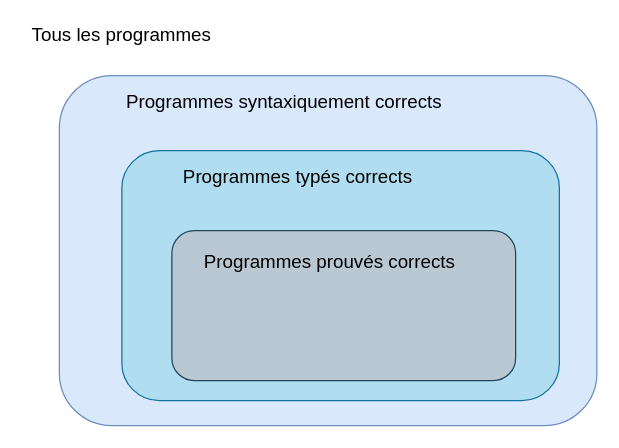
The draw.io diagram prog/prog/images/verification.drawio in diu-uf-bordeaux/bloc1, before the edit. Source tidied: cells renumbered, new cells numbered last; positions are measured from the earlier drawing's top-left corner, leaving out a move shared by most shapes. Both pictures are drawn from the tidied source at 125%, with x=0, y=0 at pixel (21, 21).
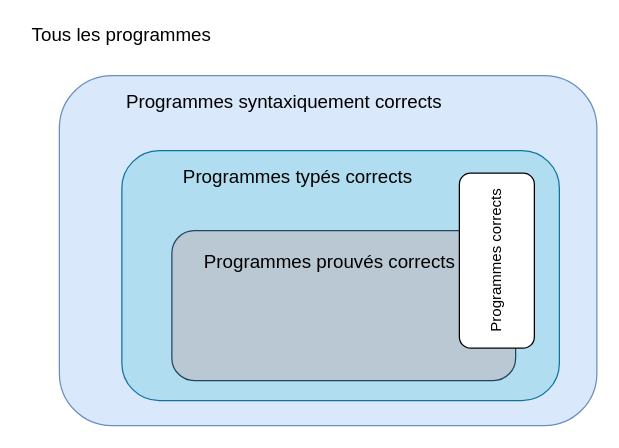
After the change.

Diff of the diagram source:
```diff
@@
 <mxGraphModel>
   <root>
     <mxCell id="0" />
     <mxCell id="1" parent="0" />
     <mxCell id="2" style="rounded=1;whiteSpace=wrap;html=1;fillColor=#dae8fc;strokeColor=#6c8ebf;" parent="1" vertex="1">
       <mxGeometry x="30" y="43" width="430" height="280" as="geometry" />
     </mxCell>
     <mxCell id="3" style="rounded=1;whiteSpace=wrap;html=1;glass=0;comic=0;fillColor=#b1ddf0;strokeColor=#10739e;" parent="1" vertex="1">
       <mxGeometry x="80" y="103" width="350" height="200" as="geometry" />
     </mxCell>
     <mxCell id="4" value="Programmes typés corrects" style="text;html=1;strokeColor=none;fillColor=none;align=center;verticalAlign=middle;whiteSpace=wrap;rounded=0;fontSize=15;fontFamily=sans-serif;" parent="1" vertex="1">
       <mxGeometry x="122" y="113" width="198" height="20" as="geometry" />
     </mxCell>
     <mxCell id="5" value="Programmes syntaxiquement corrects" style="text;html=1;strokeColor=none;fillColor=none;align=center;verticalAlign=middle;whiteSpace=wrap;rounded=0;fontSize=15;fontFamily=sans-serif;" parent="1" vertex="1">
       <mxGeometry x="80" y="53" width="260" height="20" as="geometry" />
     </mxCell>
     <mxCell id="6" value="Tous les programmes&lt;br style=&quot;font-size: 15px;&quot;&gt;" style="text;html=1;strokeColor=none;fillColor=none;align=center;verticalAlign=middle;whiteSpace=wrap;rounded=0;fontFamily=sans-serif;fontSize=15;" parent="1" vertex="1">
       <mxGeometry width="160" height="20" as="geometry" />
     </mxCell>
     <mxCell id="7" style="rounded=1;whiteSpace=wrap;html=1;glass=0;comic=0;fillColor=#bac8d3;strokeColor=#23445d;" parent="1" vertex="1">
       <mxGeometry x="120" y="167" width="275" height="120" as="geometry" />
     </mxCell>
     <mxCell id="8" value="Programmes prouvés corrects" style="text;html=1;strokeColor=none;fillColor=none;align=center;verticalAlign=middle;whiteSpace=wrap;rounded=0;glass=0;comic=0;fontSize=15;fontFamily=sans-serif;" parent="1" vertex="1">
       <mxGeometry x="143" y="181" width="207" height="20" as="geometry" />
     </mxCell>
+    <mxCell id="9" value="Programmes corrects" style="rounded=1;whiteSpace=wrap;html=1;rotation=-90;" parent="1" vertex="1">
+      <mxGeometry x="310" y="161" width="140" height="60" as="geometry" />
+    </mxCell>
   </root>
 </mxGraphModel>
```
